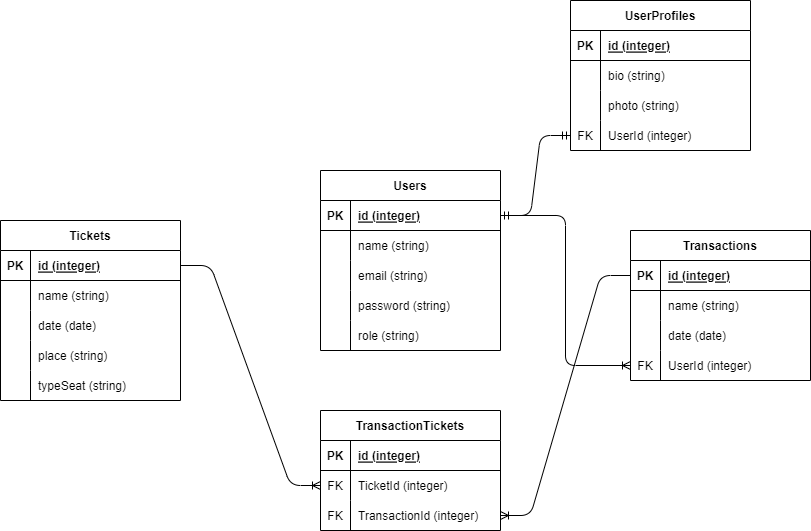
The draw.io diagram schema.drawio.png in Nasrullah2688/pair-project, before a commit. Source tidied: cells renumbered, new cells last; positions are measured from the earlier drawing's top-left corner, leaving out a move shared by most shapes.
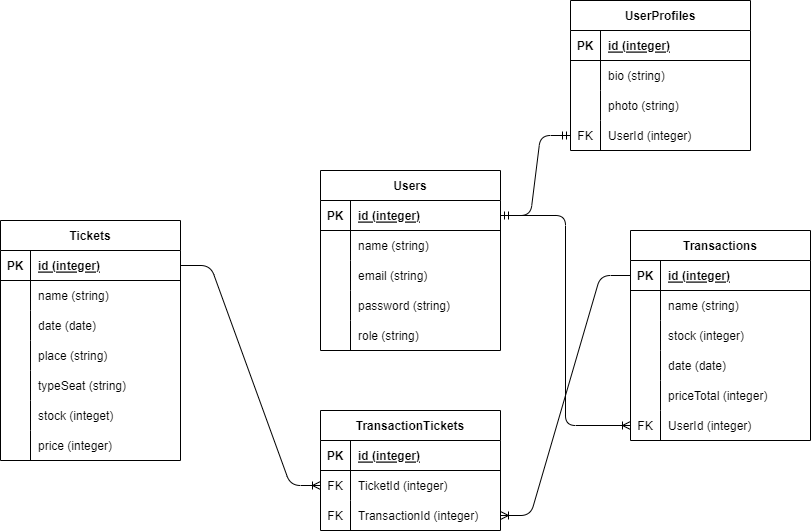
After the commit.

The edit, as a diff of the source:
```diff
@@ -93,7 +93,7 @@
       <mxGeometry relative="1" as="geometry" />
     </mxCell>
     <mxCell id="32" value="Tickets" style="shape=table;startSize=30;rowLines=0;fontStyle=1;align=center;" parent="1" vertex="1">
-      <mxGeometry y="220" width="180" height="180" as="geometry" />
+      <mxGeometry y="220" width="180" height="240" as="geometry" />
     </mxCell>
     <mxCell id="33" style="shape=tableRow;horizontal=0;startSize=0;swimlaneHead=0;swimlaneBody=0;fillColor=none;points=[[0,0.5],[1,0.5]];portConstraint=eastwest;top=0;left=0;right=0;bottom=1;" parent="32" vertex="1">
       <mxGeometry y="30" width="180" height="30" as="geometry" />
@@ -140,6 +140,24 @@
     <mxCell id="47" value="typeSeat (string)" style="shape=partialRectangle;fillColor=none;top=0;left=0;bottom=0;right=0;align=left;spacingLeft=6;overflow=hidden;" parent="45" vertex="1">
       <mxGeometry x="30" width="150" height="30" as="geometry" />
     </mxCell>
+    <mxCell id="74" style="shape=tableRow;horizontal=0;startSize=0;swimlaneHead=0;swimlaneBody=0;fillColor=none;top=0;left=0;right=0;bottom=0;" parent="32" vertex="1">
+      <mxGeometry y="180" width="180" height="30" as="geometry" />
+    </mxCell>
+    <mxCell id="75" style="shape=partialRectangle;fillColor=none;top=0;left=0;bottom=0;right=0;overflow=hidden;" parent="74" vertex="1">
+      <mxGeometry width="30" height="30" as="geometry" />
+    </mxCell>
+    <mxCell id="76" value="stock (integet)" style="shape=partialRectangle;fillColor=none;top=0;left=0;bottom=0;right=0;align=left;spacingLeft=6;overflow=hidden;" parent="74" vertex="1">
+      <mxGeometry x="30" width="150" height="30" as="geometry" />
+    </mxCell>
+    <mxCell id="77" style="shape=tableRow;horizontal=0;startSize=0;swimlaneHead=0;swimlaneBody=0;fillColor=none;top=0;left=0;right=0;bottom=0;" parent="32" vertex="1">
+      <mxGeometry y="210" width="180" height="30" as="geometry" />
+    </mxCell>
+    <mxCell id="78" style="shape=partialRectangle;fillColor=none;top=0;left=0;bottom=0;right=0;overflow=hidden;" parent="77" vertex="1">
+      <mxGeometry width="30" height="30" as="geometry" />
+    </mxCell>
+    <mxCell id="79" value="price (integer)" style="shape=partialRectangle;fillColor=none;top=0;left=0;bottom=0;right=0;align=left;spacingLeft=6;overflow=hidden;" parent="77" vertex="1">
+      <mxGeometry x="30" width="150" height="30" as="geometry" />
+    </mxCell>
     <mxCell id="48" value="TransactionTickets" style="shape=table;startSize=30;rowLines=0;fontStyle=1;align=center;" parent="1" vertex="1">
       <mxGeometry x="320" y="410" width="180" height="120" as="geometry" />
     </mxCell>
@@ -171,7 +189,7 @@
       <mxGeometry x="30" width="150" height="30" as="geometry" />
     </mxCell>
     <mxCell id="58" value="Transactions" style="shape=table;startSize=30;rowLines=0;fontStyle=1;align=center;" parent="1" vertex="1">
-      <mxGeometry x="630" y="230" width="180" height="150" as="geometry" />
+      <mxGeometry x="630" y="230" width="180" height="210" as="geometry" />
     </mxCell>
     <mxCell id="59" style="shape=tableRow;horizontal=0;startSize=0;swimlaneHead=0;swimlaneBody=0;fillColor=none;points=[[0,0.5],[1,0.5]];portConstraint=eastwest;top=0;left=0;right=0;bottom=1;" parent="58" vertex="1">
       <mxGeometry y="30" width="180" height="30" as="geometry" />
@@ -191,8 +209,17 @@
     <mxCell id="64" value="name (string)" style="shape=partialRectangle;fillColor=none;top=0;left=0;bottom=0;right=0;align=left;spacingLeft=6;overflow=hidden;" parent="62" vertex="1">
       <mxGeometry x="30" width="150" height="30" as="geometry" />
     </mxCell>
+    <mxCell id="80" style="shape=tableRow;horizontal=0;startSize=0;swimlaneHead=0;swimlaneBody=0;fillColor=none;top=0;left=0;right=0;bottom=0;" parent="58" vertex="1">
+      <mxGeometry y="90" width="180" height="30" as="geometry" />
+    </mxCell>
+    <mxCell id="81" style="shape=partialRectangle;fillColor=none;top=0;left=0;bottom=0;right=0;overflow=hidden;" parent="80" vertex="1">
+      <mxGeometry width="30" height="30" as="geometry" />
+    </mxCell>
+    <mxCell id="82" value="stock (integer)" style="shape=partialRectangle;fillColor=none;top=0;left=0;bottom=0;right=0;align=left;spacingLeft=6;overflow=hidden;" parent="80" vertex="1">
+      <mxGeometry x="30" width="150" height="30" as="geometry" />
+    </mxCell>
     <mxCell id="65" style="shape=tableRow;horizontal=0;startSize=0;swimlaneHead=0;swimlaneBody=0;fillColor=none;top=0;left=0;right=0;bottom=0;" parent="58" vertex="1">
-      <mxGeometry y="90" width="180" height="30" as="geometry" />
+      <mxGeometry y="120" width="180" height="30" as="geometry" />
     </mxCell>
     <mxCell id="66" style="shape=partialRectangle;fillColor=none;top=0;left=0;bottom=0;right=0;overflow=hidden;" parent="65" vertex="1">
       <mxGeometry width="30" height="30" as="geometry" />
@@ -200,8 +227,17 @@
     <mxCell id="67" value="date (date)" style="shape=partialRectangle;fillColor=none;top=0;left=0;bottom=0;right=0;align=left;spacingLeft=6;overflow=hidden;" parent="65" vertex="1">
       <mxGeometry x="30" width="150" height="30" as="geometry" />
     </mxCell>
+    <mxCell id="83" style="shape=tableRow;horizontal=0;startSize=0;swimlaneHead=0;swimlaneBody=0;fillColor=none;top=0;left=0;right=0;bottom=0;" parent="58" vertex="1">
+      <mxGeometry y="150" width="180" height="30" as="geometry" />
+    </mxCell>
+    <mxCell id="84" style="shape=partialRectangle;fillColor=none;top=0;left=0;bottom=0;right=0;overflow=hidden;" parent="83" vertex="1">
+      <mxGeometry width="30" height="30" as="geometry" />
+    </mxCell>
+    <mxCell id="85" value="priceTotal (integer)" style="shape=partialRectangle;fillColor=none;top=0;left=0;bottom=0;right=0;align=left;spacingLeft=6;overflow=hidden;" parent="83" vertex="1">
+      <mxGeometry x="30" width="150" height="30" as="geometry" />
+    </mxCell>
     <mxCell id="68" style="shape=tableRow;horizontal=0;startSize=0;swimlaneHead=0;swimlaneBody=0;fillColor=none;points=[[0,0.5],[1,0.5]];portConstraint=eastwest;top=0;left=0;right=0;bottom=0;" parent="58" vertex="1">
-      <mxGeometry y="120" width="180" height="30" as="geometry" />
+      <mxGeometry y="180" width="180" height="30" as="geometry" />
     </mxCell>
     <mxCell id="69" value="FK" style="shape=partialRectangle;fillColor=none;top=0;left=0;bottom=0;right=0;overflow=hidden;" parent="68" vertex="1">
       <mxGeometry width="30" height="30" as="geometry" />
```
